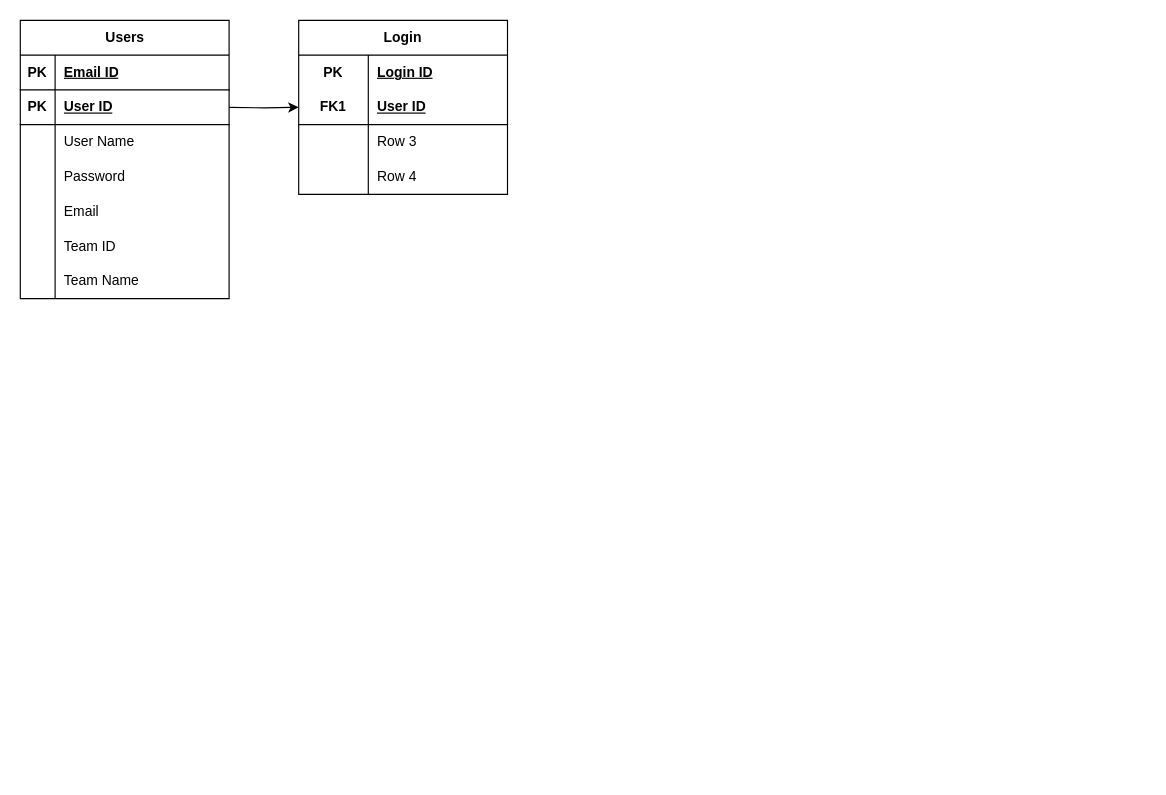
baaskt/cric-fantasy-db keeps this draw.io diagram as ER Draft1.drawio. Above is the earlier version. Source tidied: cells renumbered, new cells numbered last; positions are measured from the earlier drawing's top-left corner, leaving out a move shared by most shapes. Both pictures are drawn from the tidied source at 116%, with x=0, y=0 at pixel (20, 20).
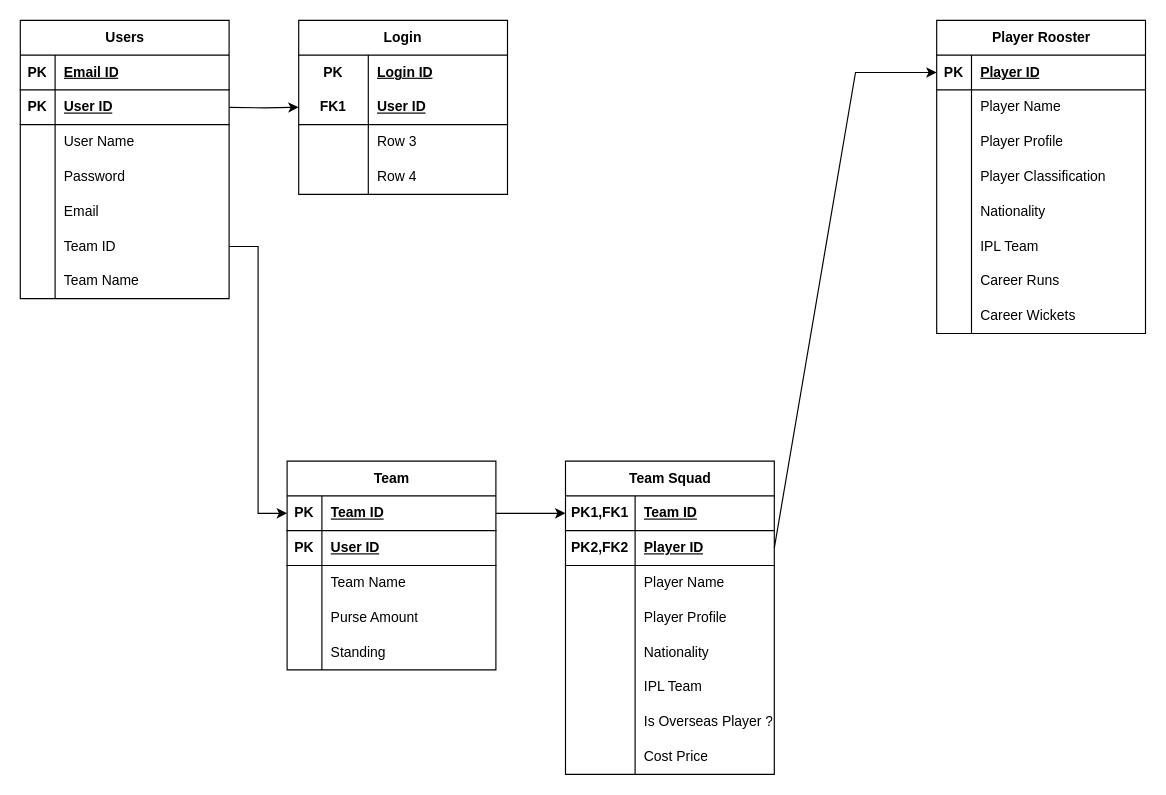
After the change.

The change refers to these unchanged cells:
```xml
<mxCell id="18" style="shape=tableRow;horizontal=0;startSize=0;swimlaneHead=0;swimlaneBody=0;fillColor=none;points=[[0,0.5],[1,0.5]];portConstraint=eastwest;top=0;left=0;right=0;bottom=0;" parent="2" vertex="1">
  <mxGeometry y="180" width="180" height="30" as="geometry" />
</mxCell>
```

Diff of the diagram source:
```diff
@@
+    <mxCell id="39" value="Team" style="shape=table;startSize=30;childLayout=tableLayout;rowLines=0;fontStyle=1;align=center;html=1;" parent="1" vertex="1">
+      <mxGeometry x="230" y="380" width="180" height="180" as="geometry" />
+    </mxCell>
+    <mxCell id="40" style="shape=tableRow;horizontal=0;startSize=0;swimlaneHead=0;swimlaneBody=0;fillColor=none;points=[[0,0.5],[1,0.5]];portConstraint=eastwest;top=0;left=0;right=0;bottom=1;" parent="39" vertex="1">
+      <mxGeometry y="30" width="180" height="30" as="geometry" />
+    </mxCell>
+    <mxCell id="41" value="PK" style="shape=partialRectangle;fillColor=none;top=0;left=0;bottom=0;right=0;fontStyle=1;overflow=hidden;whiteSpace=wrap;html=1;" parent="40" vertex="1">
+      <mxGeometry width="30" height="30" as="geometry" />
+    </mxCell>
+    <mxCell id="42" value="Team ID" style="shape=partialRectangle;fillColor=none;top=0;left=0;bottom=0;right=0;align=left;spacingLeft=6;fontStyle=5;overflow=hidden;whiteSpace=wrap;html=1;" parent="40" vertex="1">
+      <mxGeometry x="30" width="150" height="30" as="geometry" />
+    </mxCell>
+    <mxCell id="43" style="shape=tableRow;horizontal=0;startSize=0;swimlaneHead=0;swimlaneBody=0;fillColor=none;top=0;left=0;right=0;bottom=1;" parent="39" vertex="1">
+      <mxGeometry y="60" width="180" height="30" as="geometry" />
+    </mxCell>
+    <mxCell id="44" value="PK" style="shape=partialRectangle;fillColor=none;top=0;left=0;bottom=0;right=0;fontStyle=1;overflow=hidden;whiteSpace=wrap;html=1;" parent="43" vertex="1">
+      <mxGeometry width="30" height="30" as="geometry" />
+    </mxCell>
+    <mxCell id="45" value="User ID" style="shape=partialRectangle;fillColor=none;top=0;left=0;bottom=0;right=0;align=left;spacingLeft=6;fontStyle=5;overflow=hidden;whiteSpace=wrap;html=1;" parent="43" vertex="1">
+      <mxGeometry x="30" width="150" height="30" as="geometry" />
+    </mxCell>
+    <mxCell id="46" style="shape=tableRow;horizontal=0;startSize=0;swimlaneHead=0;swimlaneBody=0;fillColor=none;top=0;left=0;right=0;bottom=0;" parent="39" vertex="1">
+      <mxGeometry y="90" width="180" height="30" as="geometry" />
+    </mxCell>
+    <mxCell id="47" style="shape=partialRectangle;fillColor=none;top=0;left=0;bottom=0;right=0;overflow=hidden;whiteSpace=wrap;html=1;" parent="46" vertex="1">
+      <mxGeometry width="30" height="30" as="geometry" />
+    </mxCell>
+    <mxCell id="48" value="Team Name" style="shape=partialRectangle;fillColor=none;top=0;left=0;bottom=0;right=0;align=left;spacingLeft=6;overflow=hidden;whiteSpace=wrap;html=1;" parent="46" vertex="1">
+      <mxGeometry x="30" width="150" height="30" as="geometry" />
+    </mxCell>
+    <mxCell id="49" style="shape=tableRow;horizontal=0;startSize=0;swimlaneHead=0;swimlaneBody=0;fillColor=none;top=0;left=0;right=0;bottom=0;" parent="39" vertex="1">
+      <mxGeometry y="120" width="180" height="30" as="geometry" />
+    </mxCell>
+    <mxCell id="50" style="shape=partialRectangle;fillColor=none;top=0;left=0;bottom=0;right=0;overflow=hidden;whiteSpace=wrap;html=1;" parent="49" vertex="1">
+      <mxGeometry width="30" height="30" as="geometry" />
+    </mxCell>
+    <mxCell id="51" value="Purse Amount" style="shape=partialRectangle;fillColor=none;top=0;left=0;bottom=0;right=0;align=left;spacingLeft=6;overflow=hidden;whiteSpace=wrap;html=1;" parent="49" vertex="1">
+      <mxGeometry x="30" width="150" height="30" as="geometry" />
+    </mxCell>
+    <mxCell id="52" style="shape=tableRow;horizontal=0;startSize=0;swimlaneHead=0;swimlaneBody=0;fillColor=none;top=0;left=0;right=0;bottom=0;" parent="39" vertex="1">
+      <mxGeometry y="150" width="180" height="30" as="geometry" />
+    </mxCell>
+    <mxCell id="53" style="shape=partialRectangle;fillColor=none;top=0;left=0;bottom=0;right=0;overflow=hidden;whiteSpace=wrap;html=1;" parent="52" vertex="1">
+      <mxGeometry width="30" height="30" as="geometry" />
+    </mxCell>
+    <mxCell id="54" value="Standing" style="shape=partialRectangle;fillColor=none;top=0;left=0;bottom=0;right=0;align=left;spacingLeft=6;overflow=hidden;whiteSpace=wrap;html=1;" parent="52" vertex="1">
+      <mxGeometry x="30" width="150" height="30" as="geometry" />
+    </mxCell>
+    <mxCell id="55" style="edgeStyle=orthogonalEdgeStyle;rounded=0;jettySize=auto;html=1;exitX=1;exitY=0.5;exitDx=0;exitDy=0;entryX=0;entryY=0.5;entryDx=0;entryDy=0;" parent="1" edge="1" source="18" target="40">
+      <mxGeometry relative="1" as="geometry" />
+    </mxCell>
+    <mxCell id="56" style="endArrow=classic;html=1;rounded=0;exitX=1;exitY=0.5;exitDx=0;exitDy=0;entryX=0;entryY=0.5;entryDx=0;entryDy=0;" parent="1" edge="1" source="40" target="58">
+      <mxGeometry relative="1" as="geometry" />
+    </mxCell>
+    <mxCell id="57" value="Team Squad" style="shape=table;startSize=30;childLayout=tableLayout;rowLines=0;fontStyle=1;align=center;html=1;" parent="1" vertex="1">
+      <mxGeometry x="470" y="380" width="180" height="270" as="geometry" />
+    </mxCell>
+    <mxCell id="58" style="shape=tableRow;horizontal=0;startSize=0;swimlaneHead=0;swimlaneBody=0;fillColor=none;points=[[0,0.5],[1,0.5]];portConstraint=eastwest;top=0;left=0;right=0;bottom=1;" parent="57" vertex="1">
+      <mxGeometry y="30" width="180" height="30" as="geometry" />
+    </mxCell>
+    <mxCell id="59" value="PK1,FK1" style="shape=partialRectangle;fillColor=none;top=0;left=0;bottom=0;right=0;fontStyle=1;overflow=hidden;whiteSpace=wrap;html=1;" parent="58" vertex="1">
+      <mxGeometry width="60" height="30" as="geometry" />
+    </mxCell>
+    <mxCell id="60" value="Team ID" style="shape=partialRectangle;fillColor=none;top=0;left=0;bottom=0;right=0;align=left;spacingLeft=6;fontStyle=5;overflow=hidden;whiteSpace=wrap;html=1;" parent="58" vertex="1">
+      <mxGeometry x="60" width="120" height="30" as="geometry" />
+    </mxCell>
+    <mxCell id="61" style="shape=tableRow;horizontal=0;startSize=0;swimlaneHead=0;swimlaneBody=0;fillColor=none;points=[[0,0.5],[1,0.5]];portConstraint=eastwest;top=0;left=0;right=0;bottom=1;" parent="57" vertex="1">
+      <mxGeometry y="60" width="180" height="30" as="geometry" />
+    </mxCell>
+    <mxCell id="62" value="PK2,FK2" style="shape=partialRectangle;fillColor=none;top=0;left=0;bottom=0;right=0;fontStyle=1;overflow=hidden;whiteSpace=wrap;html=1;" parent="61" vertex="1">
+      <mxGeometry width="60" height="30" as="geometry" />
+    </mxCell>
+    <mxCell id="63" value="Player ID" style="shape=partialRectangle;fillColor=none;top=0;left=0;bottom=0;right=0;align=left;spacingLeft=6;fontStyle=5;overflow=hidden;whiteSpace=wrap;html=1;" parent="61" vertex="1">
+      <mxGeometry x="60" width="120" height="30" as="geometry" />
+    </mxCell>
+    <mxCell id="64" style="shape=tableRow;horizontal=0;startSize=0;swimlaneHead=0;swimlaneBody=0;fillColor=none;top=0;left=0;right=0;bottom=0;" parent="57" vertex="1">
+      <mxGeometry y="90" width="180" height="30" as="geometry" />
+    </mxCell>
+    <mxCell id="65" style="shape=partialRectangle;fillColor=none;top=0;left=0;bottom=0;right=0;overflow=hidden;whiteSpace=wrap;html=1;" parent="64" vertex="1">
+      <mxGeometry width="60" height="30" as="geometry" />
+    </mxCell>
+    <mxCell id="66" value="Player Name" style="shape=partialRectangle;fillColor=none;top=0;left=0;bottom=0;right=0;align=left;spacingLeft=6;overflow=hidden;whiteSpace=wrap;html=1;" parent="64" vertex="1">
+      <mxGeometry x="60" width="120" height="30" as="geometry" />
+    </mxCell>
+    <mxCell id="67" style="shape=tableRow;horizontal=0;startSize=0;swimlaneHead=0;swimlaneBody=0;fillColor=none;top=0;left=0;right=0;bottom=0;" parent="57" vertex="1">
+      <mxGeometry y="120" width="180" height="30" as="geometry" />
+    </mxCell>
+    <mxCell id="68" style="shape=partialRectangle;fillColor=none;top=0;left=0;bottom=0;right=0;overflow=hidden;whiteSpace=wrap;html=1;" parent="67" vertex="1">
+      <mxGeometry width="60" height="30" as="geometry" />
+    </mxCell>
+    <mxCell id="69" value="Player Profile" style="shape=partialRectangle;fillColor=none;top=0;left=0;bottom=0;right=0;align=left;spacingLeft=6;overflow=hidden;whiteSpace=wrap;html=1;" parent="67" vertex="1">
+      <mxGeometry x="60" width="120" height="30" as="geometry" />
+    </mxCell>
+    <mxCell id="70" style="shape=tableRow;horizontal=0;startSize=0;swimlaneHead=0;swimlaneBody=0;fillColor=none;top=0;left=0;right=0;bottom=0;" parent="57" vertex="1">
+      <mxGeometry y="150" width="180" height="30" as="geometry" />
+    </mxCell>
+    <mxCell id="71" style="shape=partialRectangle;fillColor=none;top=0;left=0;bottom=0;right=0;overflow=hidden;whiteSpace=wrap;html=1;" parent="70" vertex="1">
+      <mxGeometry width="60" height="30" as="geometry" />
+    </mxCell>
+    <mxCell id="72" value="Nationality" style="shape=partialRectangle;fillColor=none;top=0;left=0;bottom=0;right=0;align=left;spacingLeft=6;overflow=hidden;whiteSpace=wrap;html=1;" parent="70" vertex="1">
+      <mxGeometry x="60" width="120" height="30" as="geometry" />
+    </mxCell>
+    <mxCell id="73" style="shape=tableRow;horizontal=0;startSize=0;swimlaneHead=0;swimlaneBody=0;fillColor=none;top=0;left=0;right=0;bottom=0;" parent="57" vertex="1">
+      <mxGeometry y="180" width="180" height="30" as="geometry" />
+    </mxCell>
+    <mxCell id="74" style="shape=partialRectangle;fillColor=none;top=0;left=0;bottom=0;right=0;overflow=hidden;whiteSpace=wrap;html=1;" parent="73" vertex="1">
+      <mxGeometry width="60" height="30" as="geometry" />
+    </mxCell>
+    <mxCell id="75" value="IPL Team" style="shape=partialRectangle;fillColor=none;top=0;left=0;bottom=0;right=0;align=left;spacingLeft=6;overflow=hidden;whiteSpace=wrap;html=1;" parent="73" vertex="1">
+      <mxGeometry x="60" width="120" height="30" as="geometry" />
+    </mxCell>
+    <mxCell id="76" style="shape=tableRow;horizontal=0;startSize=0;swimlaneHead=0;swimlaneBody=0;fillColor=none;top=0;left=0;right=0;bottom=0;" parent="57" vertex="1">
+      <mxGeometry y="210" width="180" height="30" as="geometry" />
+    </mxCell>
+    <mxCell id="77" style="shape=partialRectangle;fillColor=none;top=0;left=0;bottom=0;right=0;overflow=hidden;whiteSpace=wrap;html=1;" parent="76" vertex="1">
+      <mxGeometry width="60" height="30" as="geometry" />
+    </mxCell>
+    <mxCell id="78" value="Is Overseas Player ?" style="shape=partialRectangle;fillColor=none;top=0;left=0;bottom=0;right=0;align=left;spacingLeft=6;overflow=hidden;whiteSpace=wrap;html=1;" parent="76" vertex="1">
+      <mxGeometry x="60" width="120" height="30" as="geometry" />
+    </mxCell>
+    <mxCell id="79" style="shape=tableRow;horizontal=0;startSize=0;swimlaneHead=0;swimlaneBody=0;fillColor=none;top=0;left=0;right=0;bottom=0;" parent="57" vertex="1">
+      <mxGeometry y="240" width="180" height="30" as="geometry" />
+    </mxCell>
+    <mxCell id="80" style="shape=partialRectangle;fillColor=none;top=0;left=0;bottom=0;right=0;overflow=hidden;whiteSpace=wrap;html=1;" parent="79" vertex="1">
+      <mxGeometry width="60" height="30" as="geometry" />
+    </mxCell>
+    <mxCell id="81" value="Cost Price" style="shape=partialRectangle;fillColor=none;top=0;left=0;bottom=0;right=0;align=left;spacingLeft=6;overflow=hidden;whiteSpace=wrap;html=1;" parent="79" vertex="1">
+      <mxGeometry x="60" width="120" height="30" as="geometry" />
+    </mxCell>
+    <mxCell id="82" value="Player Rooster" style="shape=table;startSize=30;childLayout=tableLayout;rowLines=0;fontStyle=1;align=center;html=1;" parent="1" vertex="1">
+      <mxGeometry x="790" width="180" height="270" as="geometry" />
+    </mxCell>
+    <mxCell id="83" style="shape=tableRow;horizontal=0;startSize=0;swimlaneHead=0;swimlaneBody=0;fillColor=none;points=[[0,0.5],[1,0.5]];portConstraint=eastwest;top=0;left=0;right=0;bottom=1;" parent="82" vertex="1">
+      <mxGeometry y="30" width="180" height="30" as="geometry" />
+    </mxCell>
+    <mxCell id="84" value="PK" style="shape=partialRectangle;fillColor=none;top=0;left=0;bottom=0;right=0;fontStyle=1;overflow=hidden;whiteSpace=wrap;html=1;" parent="83" vertex="1">
+      <mxGeometry width="30" height="30" as="geometry" />
+    </mxCell>
+    <mxCell id="85" value="Player ID" style="shape=partialRectangle;fillColor=none;top=0;left=0;bottom=0;right=0;align=left;spacingLeft=6;fontStyle=5;overflow=hidden;whiteSpace=wrap;html=1;" parent="83" vertex="1">
+      <mxGeometry x="30" width="150" height="30" as="geometry" />
+    </mxCell>
+    <mxCell id="86" style="shape=tableRow;horizontal=0;startSize=0;swimlaneHead=0;swimlaneBody=0;fillColor=none;top=0;left=0;right=0;bottom=0;" parent="82" vertex="1">
+      <mxGeometry y="60" width="180" height="30" as="geometry" />
+    </mxCell>
+    <mxCell id="87" style="shape=partialRectangle;fillColor=none;top=0;left=0;bottom=0;right=0;overflow=hidden;whiteSpace=wrap;html=1;" parent="86" vertex="1">
+      <mxGeometry width="30" height="30" as="geometry" />
+    </mxCell>
+    <mxCell id="88" value="Player Name" style="shape=partialRectangle;fillColor=none;top=0;left=0;bottom=0;right=0;align=left;spacingLeft=6;overflow=hidden;whiteSpace=wrap;html=1;" parent="86" vertex="1">
+      <mxGeometry x="30" width="150" height="30" as="geometry" />
+    </mxCell>
+    <mxCell id="89" style="shape=tableRow;horizontal=0;startSize=0;swimlaneHead=0;swimlaneBody=0;fillColor=none;top=0;left=0;right=0;bottom=0;" parent="82" vertex="1">
+      <mxGeometry y="90" width="180" height="30" as="geometry" />
+    </mxCell>
+    <mxCell id="90" style="shape=partialRectangle;fillColor=none;top=0;left=0;bottom=0;right=0;overflow=hidden;whiteSpace=wrap;html=1;" parent="89" vertex="1">
+      <mxGeometry width="30" height="30" as="geometry" />
+    </mxCell>
+    <mxCell id="91" value="Player Profile" style="shape=partialRectangle;fillColor=none;top=0;left=0;bottom=0;right=0;align=left;spacingLeft=6;overflow=hidden;whiteSpace=wrap;html=1;" parent="89" vertex="1">
+      <mxGeometry x="30" width="150" height="30" as="geometry" />
+    </mxCell>
+    <mxCell id="92" style="shape=tableRow;horizontal=0;startSize=0;swimlaneHead=0;swimlaneBody=0;fillColor=none;top=0;left=0;right=0;bottom=0;" parent="82" vertex="1">
+      <mxGeometry y="120" width="180" height="30" as="geometry" />
+    </mxCell>
+    <mxCell id="93" style="shape=partialRectangle;fillColor=none;top=0;left=0;bottom=0;right=0;overflow=hidden;whiteSpace=wrap;html=1;" parent="92" vertex="1">
+      <mxGeometry width="30" height="30" as="geometry" />
+    </mxCell>
+    <mxCell id="94" value="Player Classification" style="shape=partialRectangle;fillColor=none;top=0;left=0;bottom=0;right=0;align=left;spacingLeft=6;overflow=hidden;whiteSpace=wrap;html=1;" parent="92" vertex="1">
+      <mxGeometry x="30" width="150" height="30" as="geometry" />
+    </mxCell>
+    <mxCell id="95" style="shape=tableRow;horizontal=0;startSize=0;swimlaneHead=0;swimlaneBody=0;fillColor=none;top=0;left=0;right=0;bottom=0;" parent="82" vertex="1">
+      <mxGeometry y="150" width="180" height="30" as="geometry" />
+    </mxCell>
+    <mxCell id="96" style="shape=partialRectangle;fillColor=none;top=0;left=0;bottom=0;right=0;overflow=hidden;whiteSpace=wrap;html=1;" parent="95" vertex="1">
+      <mxGeometry width="30" height="30" as="geometry" />
+    </mxCell>
+    <mxCell id="97" value="Nationality" style="shape=partialRectangle;fillColor=none;top=0;left=0;bottom=0;right=0;align=left;spacingLeft=6;overflow=hidden;whiteSpace=wrap;html=1;" parent="95" vertex="1">
+      <mxGeometry x="30" width="150" height="30" as="geometry" />
+    </mxCell>
+    <mxCell id="98" style="shape=tableRow;horizontal=0;startSize=0;swimlaneHead=0;swimlaneBody=0;fillColor=none;top=0;left=0;right=0;bottom=0;" parent="82" vertex="1">
+      <mxGeometry y="180" width="180" height="30" as="geometry" />
+    </mxCell>
+    <mxCell id="99" style="shape=partialRectangle;fillColor=none;top=0;left=0;bottom=0;right=0;overflow=hidden;whiteSpace=wrap;html=1;" parent="98" vertex="1">
+      <mxGeometry width="30" height="30" as="geometry" />
+    </mxCell>
+    <mxCell id="100" value="IPL Team" style="shape=partialRectangle;fillColor=none;top=0;left=0;bottom=0;right=0;align=left;spacingLeft=6;overflow=hidden;whiteSpace=wrap;html=1;" parent="98" vertex="1">
+      <mxGeometry x="30" width="150" height="30" as="geometry" />
+    </mxCell>
+    <mxCell id="101" style="shape=tableRow;horizontal=0;startSize=0;swimlaneHead=0;swimlaneBody=0;fillColor=none;top=0;left=0;right=0;bottom=0;" parent="82" vertex="1">
+      <mxGeometry y="210" width="180" height="30" as="geometry" />
+    </mxCell>
+    <mxCell id="102" style="shape=partialRectangle;fillColor=none;top=0;left=0;bottom=0;right=0;overflow=hidden;whiteSpace=wrap;html=1;" parent="101" vertex="1">
+      <mxGeometry width="30" height="30" as="geometry" />
+    </mxCell>
+    <mxCell id="103" value="Career Runs" style="shape=partialRectangle;fillColor=none;top=0;left=0;bottom=0;right=0;align=left;spacingLeft=6;overflow=hidden;whiteSpace=wrap;html=1;" parent="101" vertex="1">
+      <mxGeometry x="30" width="150" height="30" as="geometry" />
+    </mxCell>
+    <mxCell id="104" style="shape=tableRow;horizontal=0;startSize=0;swimlaneHead=0;swimlaneBody=0;fillColor=none;top=0;left=0;right=0;bottom=0;" parent="82" vertex="1">
+      <mxGeometry y="240" width="180" height="30" as="geometry" />
+    </mxCell>
+    <mxCell id="105" style="shape=partialRectangle;fillColor=none;top=0;left=0;bottom=0;right=0;overflow=hidden;whiteSpace=wrap;html=1;" parent="104" vertex="1">
+      <mxGeometry width="30" height="30" as="geometry" />
+    </mxCell>
+    <mxCell id="106" value="Career Wickets" style="shape=partialRectangle;fillColor=none;top=0;left=0;bottom=0;right=0;align=left;spacingLeft=6;overflow=hidden;whiteSpace=wrap;html=1;" parent="104" vertex="1">
+      <mxGeometry x="30" width="150" height="30" as="geometry" />
+    </mxCell>
+    <mxCell id="107" style="endArrow=classic;html=1;rounded=0;exitX=1;exitY=0.5;exitDx=0;exitDy=0;entryX=0;entryY=0.5;entryDx=0;entryDy=0;" parent="1" edge="1" source="61" target="83">
+      <mxGeometry relative="1" as="geometry">
+        <Array as="points">
+          <mxPoint x="720" y="45" />
+        </Array>
+      </mxGeometry>
+    </mxCell>
```
